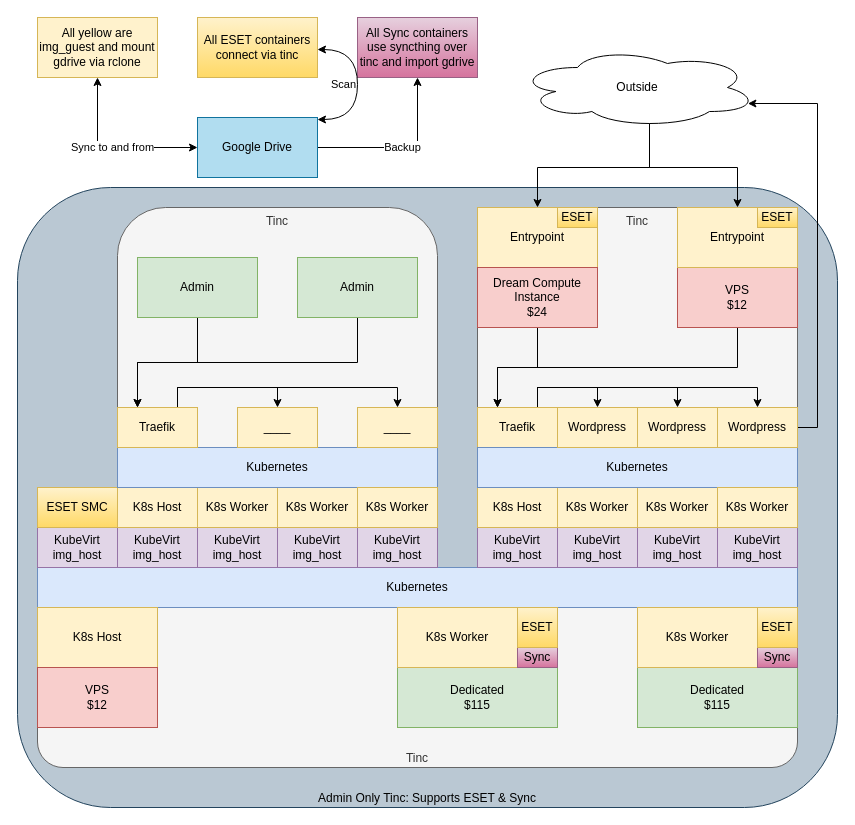
Before: src/infrastructure.tech.drawio in eons-dev/architecture.doc, a draw.io diagram. Source tidied: cells renumbered, new cells numbered last; positions are measured from the earlier drawing's top-left corner, leaving out a move shared by most shapes. Both pictures are drawn from the tidied source at 100%, with x=0, y=0 at pixel (17, 17).
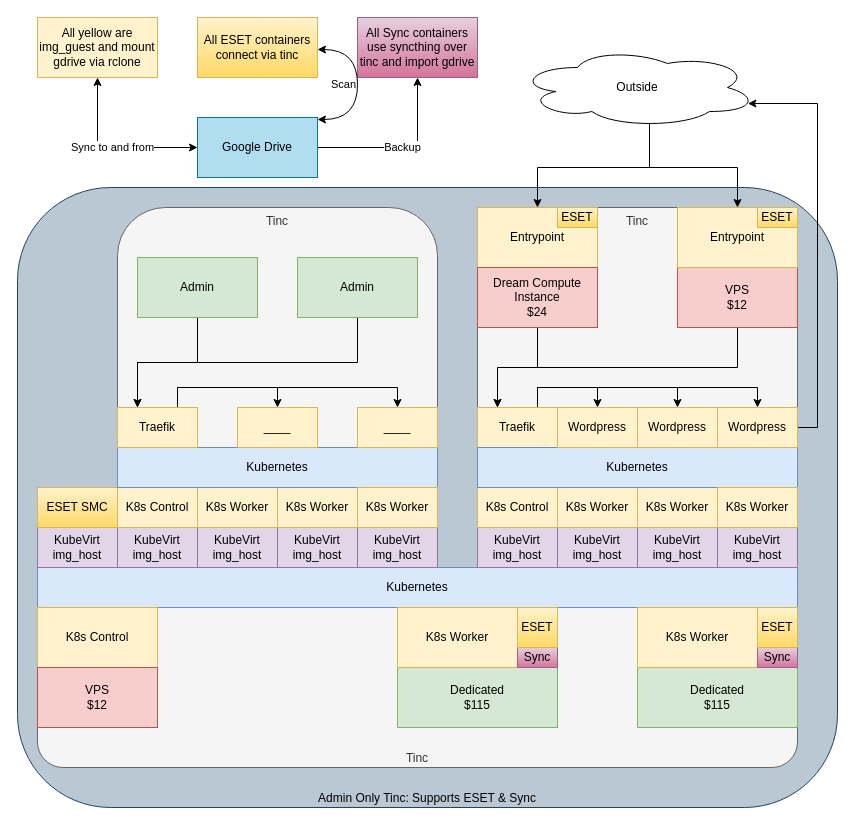
The same page after the edit.

Commit message (it also covers changes not shown here):
Change K8s Host to K8s Control & export

Change to the diagram source:
```diff
@@
-    <mxCell id="15" value="&lt;div&gt;K8s Host&lt;/div&gt;" style="rounded=0;whiteSpace=wrap;html=1;fillColor=#fff2cc;strokeColor=#d6b656;" parent="1" vertex="1">
+    <mxCell id="15" value="&lt;div&gt;K8s Control&lt;/div&gt;" style="rounded=0;whiteSpace=wrap;html=1;fillColor=#fff2cc;strokeColor=#d6b656;" parent="1" vertex="1">
       <mxGeometry x="20" y="590" width="120" height="60" as="geometry" />
     </mxCell>
@@
-    <mxCell id="26" value="K8s Host" style="rounded=0;whiteSpace=wrap;html=1;fillColor=#fff2cc;strokeColor=#d6b656;" parent="1" vertex="1">
+    <mxCell id="26" value="K8s Control" style="rounded=0;whiteSpace=wrap;html=1;fillColor=#fff2cc;strokeColor=#d6b656;" parent="1" vertex="1">
       <mxGeometry x="460" y="470" width="80" height="40" as="geometry" />
     </mxCell>
@@
-    <mxCell id="47" value="K8s Host" style="rounded=0;whiteSpace=wrap;html=1;fillColor=#fff2cc;strokeColor=#d6b656;" parent="1" vertex="1">
+    <mxCell id="47" value="K8s Control" style="rounded=0;whiteSpace=wrap;html=1;fillColor=#fff2cc;strokeColor=#d6b656;" parent="1" vertex="1">
       <mxGeometry x="100" y="470" width="80" height="40" as="geometry" />
     </mxCell>
```
